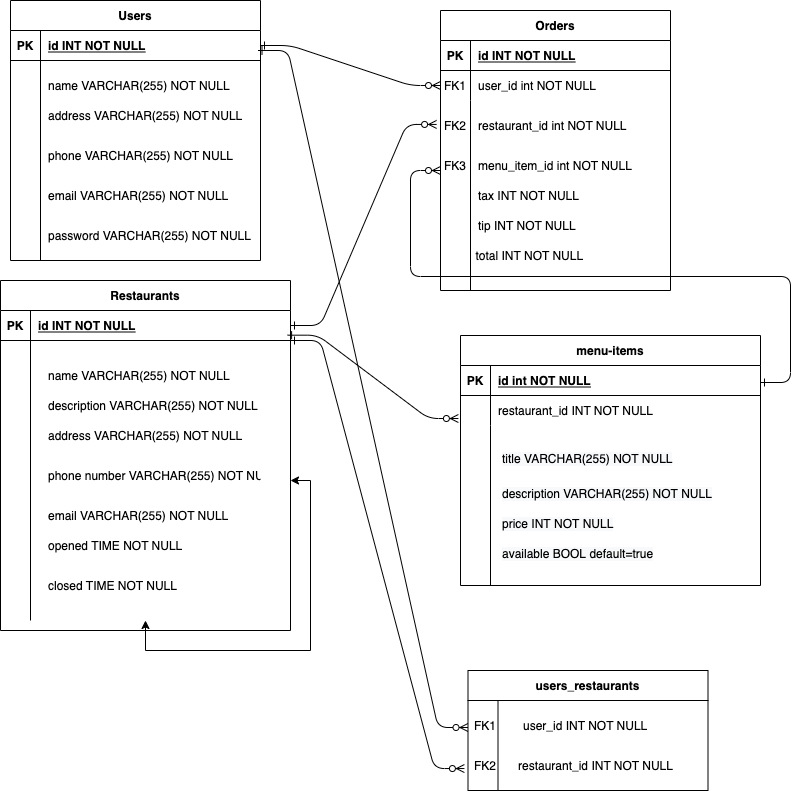
Above: planning/foodAppERD.drawio.png in deuxp/food_pu_ordering (draw.io), before the change. Source tidied: cells renumbered, new cells last; positions are measured from the earlier drawing's top-left corner, leaving out a move shared by most shapes.
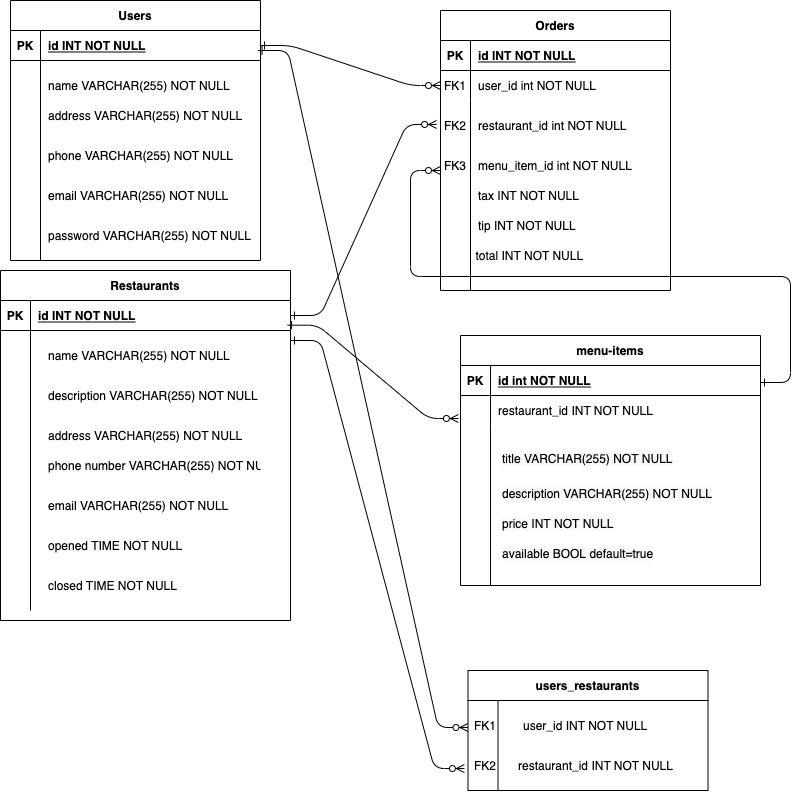
After the change.

Commit message:
remove unnecessary arrow

Change to the diagram source:
```diff
@@ -150,7 +150,7 @@
       <mxGeometry x="467.5" y="240" width="200" height="30" as="geometry" />
     </mxCell>
     <mxCell id="51" value="Restaurants" style="shape=table;startSize=30;rowLines=0;fontStyle=1;align=center;" parent="1" vertex="1">
-      <mxGeometry y="280" width="290" height="350" as="geometry" />
+      <mxGeometry y="270" width="290" height="350" as="geometry" />
     </mxCell>
     <mxCell id="52" style="shape=partialRectangle;fillColor=none;points=[[0,0.5],[1,0.5]];portConstraint=eastwest;top=0;left=0;right=0;bottom=1;" parent="51" vertex="1">
       <mxGeometry y="30" width="290" height="30" as="geometry" />
@@ -170,14 +170,8 @@
     <mxCell id="57" style="shape=partialRectangle;overflow=hidden;fillColor=none;top=0;left=0;bottom=0;right=0;align=left;spacingLeft=6;" parent="55" vertex="1">
       <mxGeometry x="30" width="260" height="280" as="geometry" />
     </mxCell>
-    <mxCell id="58" style="edgeStyle=orthogonalEdgeStyle;rounded=0;jettySize=auto;html=1;exitX=0.5;exitY=1;exitDx=0;exitDy=0;entryX=0.5;entryY=1;entryDx=0;entryDy=0;entryPerimeter=0;" parent="51" edge="1" source="51" target="55">
-      <mxGeometry relative="1" as="geometry" />
-    </mxCell>
-    <mxCell id="59" style="edgeStyle=orthogonalEdgeStyle;rounded=0;jettySize=auto;html=1;exitX=0.5;exitY=1;exitDx=0;exitDy=0;" parent="51" edge="1" source="51" target="55">
-      <mxGeometry relative="1" as="geometry" />
-    </mxCell>
     <mxCell id="60" style="shape=partialRectangle;fillColor=none;top=0;left=0;right=0;bottom=0;" parent="1" vertex="1">
-      <mxGeometry x="10" y="360" width="250" height="30" as="geometry" />
+      <mxGeometry x="10" y="340" width="250" height="30" as="geometry" />
     </mxCell>
     <mxCell id="61" style="shape=partialRectangle;overflow=hidden;fillColor=none;top=0;left=0;bottom=0;right=0;" parent="60" vertex="1">
       <mxGeometry width="30" height="30" as="geometry" />
@@ -195,7 +189,7 @@
       <mxGeometry x="30" width="220" height="30" as="geometry" />
     </mxCell>
     <mxCell id="66" style="shape=partialRectangle;fillColor=none;top=0;left=0;right=0;bottom=0;" parent="1" vertex="1">
-      <mxGeometry x="10" y="500" width="250" height="30" as="geometry" />
+      <mxGeometry x="10" y="490" width="250" height="30" as="geometry" />
     </mxCell>
     <mxCell id="67" style="shape=partialRectangle;overflow=hidden;fillColor=none;top=0;left=0;bottom=0;right=0;" parent="66" vertex="1">
       <mxGeometry width="30" height="30" as="geometry" />
@@ -213,7 +207,7 @@
       <mxGeometry x="30" width="220" height="30" as="geometry" />
     </mxCell>
     <mxCell id="72" style="shape=partialRectangle;fillColor=none;top=0;left=0;right=0;bottom=0;" parent="1" vertex="1">
-      <mxGeometry x="10" y="390" width="250" height="30" as="geometry" />
+      <mxGeometry x="10" y="380" width="250" height="30" as="geometry" />
     </mxCell>
     <mxCell id="73" style="shape=partialRectangle;overflow=hidden;fillColor=none;top=0;left=0;bottom=0;right=0;" parent="72" vertex="1">
       <mxGeometry width="30" height="30" as="geometry" />
@@ -222,7 +216,7 @@
       <mxGeometry x="30" width="220" height="30" as="geometry" />
     </mxCell>
     <mxCell id="75" style="shape=partialRectangle;fillColor=none;top=0;left=0;right=0;bottom=0;" parent="1" vertex="1">
-      <mxGeometry x="10" y="460" width="250" height="30" as="geometry" />
+      <mxGeometry x="10" y="450" width="250" height="30" as="geometry" />
     </mxCell>
     <mxCell id="76" style="shape=partialRectangle;overflow=hidden;fillColor=none;top=0;left=0;bottom=0;right=0;" parent="75" vertex="1">
       <mxGeometry width="30" height="30" as="geometry" />
```
